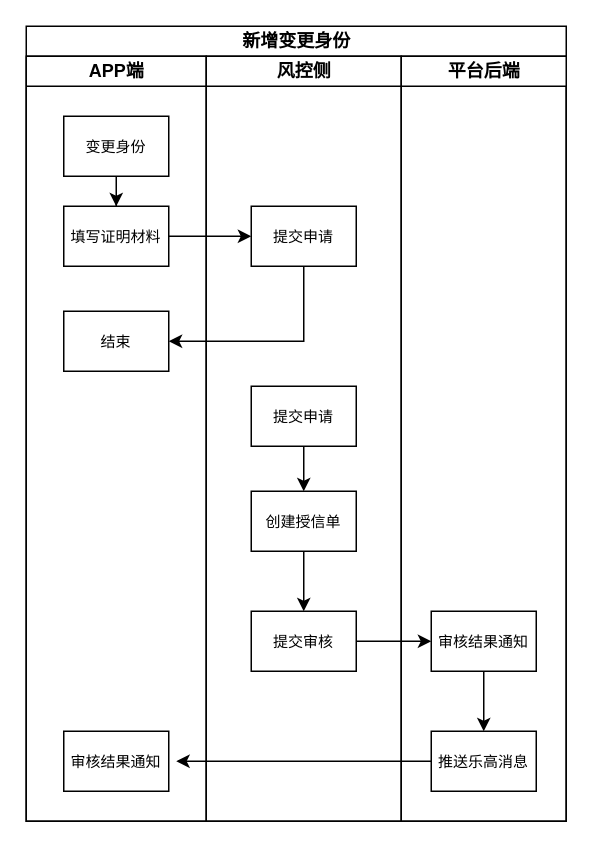
Earlier version of the draw.io diagram page "Page-1" (1 of 2) of studentModle.drawio (CaoLimingECJTU/gitskills). Source tidied: cells renumbered, new cells numbered last; positions are measured from the earlier drawing's top-left corner, leaving out a move shared by most shapes. Both pictures are drawn from the tidied source at 150%, with x=0, y=0 at pixel (26, 26).
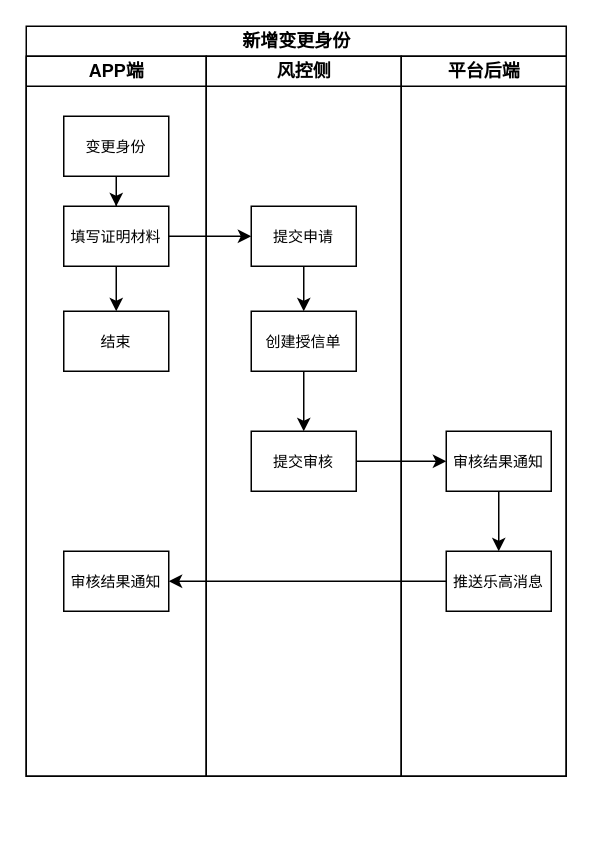
Above is the later version.

The change refers to these unchanged cells:
```xml
<mxCell id="6" value="&lt;font style=&quot;font-size: 10px&quot;&gt;填写证明材料&lt;/font&gt;" style="rounded=0;whiteSpace=wrap;html=1;" parent="3" vertex="1">
  <mxGeometry x="25" y="100" width="70" height="40" as="geometry" />
</mxCell>
<mxCell id="8" value="&lt;font style=&quot;font-size: 10px&quot;&gt;结束&lt;/font&gt;" style="rounded=0;whiteSpace=wrap;html=1;" parent="3" vertex="1">
  <mxGeometry x="25" y="170" width="70" height="40" as="geometry" />
</mxCell>
```

Diff of the diagram source:
```diff
@@
     <mxCell id="2" value="新增变更身份" style="swimlane;html=1;startSize=20;" parent="1" vertex="1">
-      <mxGeometry width="360" height="530" as="geometry" />
+      <mxGeometry width="360" height="500" as="geometry" />
     </mxCell>
     <mxCell id="3" value="APP端" style="swimlane;html=1;startSize=20;" parent="2" vertex="1">
-      <mxGeometry y="20" width="120" height="510" as="geometry" />
+      <mxGeometry y="20" width="120" height="480" as="geometry" />
     </mxCell>
@@
+    <mxCell id="24" style="edgeStyle=orthogonalEdgeStyle;rounded=0;jettySize=auto;html=1;entryX=0.5;entryY=0;entryDx=0;entryDy=0;" parent="3" edge="1" source="6" target="8">
+      <mxGeometry relative="1" as="geometry" />
+    </mxCell>
@@
     <mxCell id="7" value="&lt;font style=&quot;font-size: 10px&quot;&gt;审核结果通知&lt;/font&gt;" style="rounded=0;whiteSpace=wrap;html=1;" parent="3" vertex="1">
-      <mxGeometry x="25" y="450" width="70" height="40" as="geometry" />
+      <mxGeometry x="25" y="330" width="70" height="40" as="geometry" />
     </mxCell>
@@
     <mxCell id="10" value="风控侧" style="swimlane;html=1;startSize=20;" parent="2" vertex="1">
-      <mxGeometry x="120" y="20" width="130" height="510" as="geometry" />
+      <mxGeometry x="120" y="20" width="130" height="480" as="geometry" />
     </mxCell>
+    <mxCell id="16" value="&lt;font style=&quot;font-size: 10px&quot;&gt;提交申请&lt;/font&gt;" style="rounded=0;whiteSpace=wrap;html=1;" parent="10" vertex="1">
+      <mxGeometry x="30" y="100" width="70" height="40" as="geometry" />
+    </mxCell>
-    <mxCell id="11" style="edgeStyle=orthogonalEdgeStyle;rounded=0;jettySize=auto;html=1;entryX=0.5;entryY=0;entryDx=0;entryDy=0;" parent="10" edge="1" source="12" target="14">
-      <mxGeometry relative="1" as="geometry" />
+    <mxCell id="11" style="edgeStyle=orthogonalEdgeStyle;rounded=0;jettySize=auto;html=1;entryX=0.5;entryY=0;entryDx=0;entryDy=0;" parent="10" edge="1" target="14">
+      <mxGeometry relative="1" as="geometry">
+        <mxPoint x="65" y="140" as="sourcePoint" />
+      </mxGeometry>
     </mxCell>
-    <mxCell id="12" value="&lt;font style=&quot;font-size: 10px&quot;&gt;提交申请&lt;/font&gt;" style="rounded=0;whiteSpace=wrap;html=1;" parent="10" vertex="1">
-      <mxGeometry x="30" y="220" width="70" height="40" as="geometry" />
-    </mxCell>
+    <mxCell id="14" value="&lt;font style=&quot;font-size: 10px&quot;&gt;创建授信单&lt;/font&gt;" style="rounded=0;whiteSpace=wrap;html=1;" parent="10" vertex="1">
+      <mxGeometry x="30" y="170" width="70" height="40" as="geometry" />
+    </mxCell>
@@
-    <mxCell id="14" value="&lt;font style=&quot;font-size: 10px&quot;&gt;创建授信单&lt;/font&gt;" style="rounded=0;whiteSpace=wrap;html=1;" parent="10" vertex="1">
-      <mxGeometry x="30" y="290" width="70" height="40" as="geometry" />
-    </mxCell>
     <mxCell id="15" value="&lt;font style=&quot;font-size: 10px&quot;&gt;提交审核&lt;/font&gt;" style="rounded=0;whiteSpace=wrap;html=1;" parent="10" vertex="1">
-      <mxGeometry x="30" y="370" width="70" height="40" as="geometry" />
+      <mxGeometry x="30" y="250" width="70" height="40" as="geometry" />
     </mxCell>
-    <mxCell id="16" value="&lt;font style=&quot;font-size: 10px&quot;&gt;提交申请&lt;/font&gt;" style="rounded=0;whiteSpace=wrap;html=1;" parent="10" vertex="1">
-      <mxGeometry x="30" y="100" width="70" height="40" as="geometry" />
-    </mxCell>
     <mxCell id="17" value="平台后端" style="swimlane;html=1;startSize=20;strokeWidth=1;" parent="2" vertex="1">
-      <mxGeometry x="250" y="20" width="110" height="510" as="geometry" />
+      <mxGeometry x="250" y="20" width="110" height="480" as="geometry" />
     </mxCell>
@@
     <mxCell id="19" value="&lt;font style=&quot;font-size: 10px&quot;&gt;审核结果通知&lt;/font&gt;" style="rounded=0;whiteSpace=wrap;html=1;" parent="17" vertex="1">
-      <mxGeometry x="20" y="370" width="70" height="40" as="geometry" />
+      <mxGeometry x="30" y="250" width="70" height="40" as="geometry" />
     </mxCell>
     <mxCell id="20" value="&lt;font style=&quot;font-size: 10px&quot;&gt;推送乐高消息&lt;/font&gt;" style="rounded=0;whiteSpace=wrap;html=1;" parent="17" vertex="1">
-      <mxGeometry x="20" y="450" width="70" height="40" as="geometry" />
+      <mxGeometry x="30" y="330" width="70" height="40" as="geometry" />
     </mxCell>
@@
-    <mxCell id="22" style="edgeStyle=orthogonalEdgeStyle;rounded=0;jettySize=auto;html=1;entryX=1;entryY=0.5;entryDx=0;entryDy=0;" parent="2" edge="1" source="16" target="8">
-      <mxGeometry relative="1" as="geometry">
-        <Array as="points">
-          <mxPoint x="185" y="210" />
-        </Array>
-      </mxGeometry>
-    </mxCell>
-    <mxCell id="23" style="edgeStyle=orthogonalEdgeStyle;rounded=0;jettySize=auto;html=1;" parent="1" edge="1" source="20">
-      <mxGeometry relative="1" as="geometry">
-        <mxPoint x="100" y="490" as="targetPoint" />
-      </mxGeometry>
-    </mxCell>
+    <mxCell id="25" style="edgeStyle=orthogonalEdgeStyle;rounded=0;jettySize=auto;html=1;" parent="2" edge="1" source="20">
+      <mxGeometry relative="1" as="geometry">
+        <mxPoint x="95" y="370" as="targetPoint" />
+      </mxGeometry>
+    </mxCell>
```
